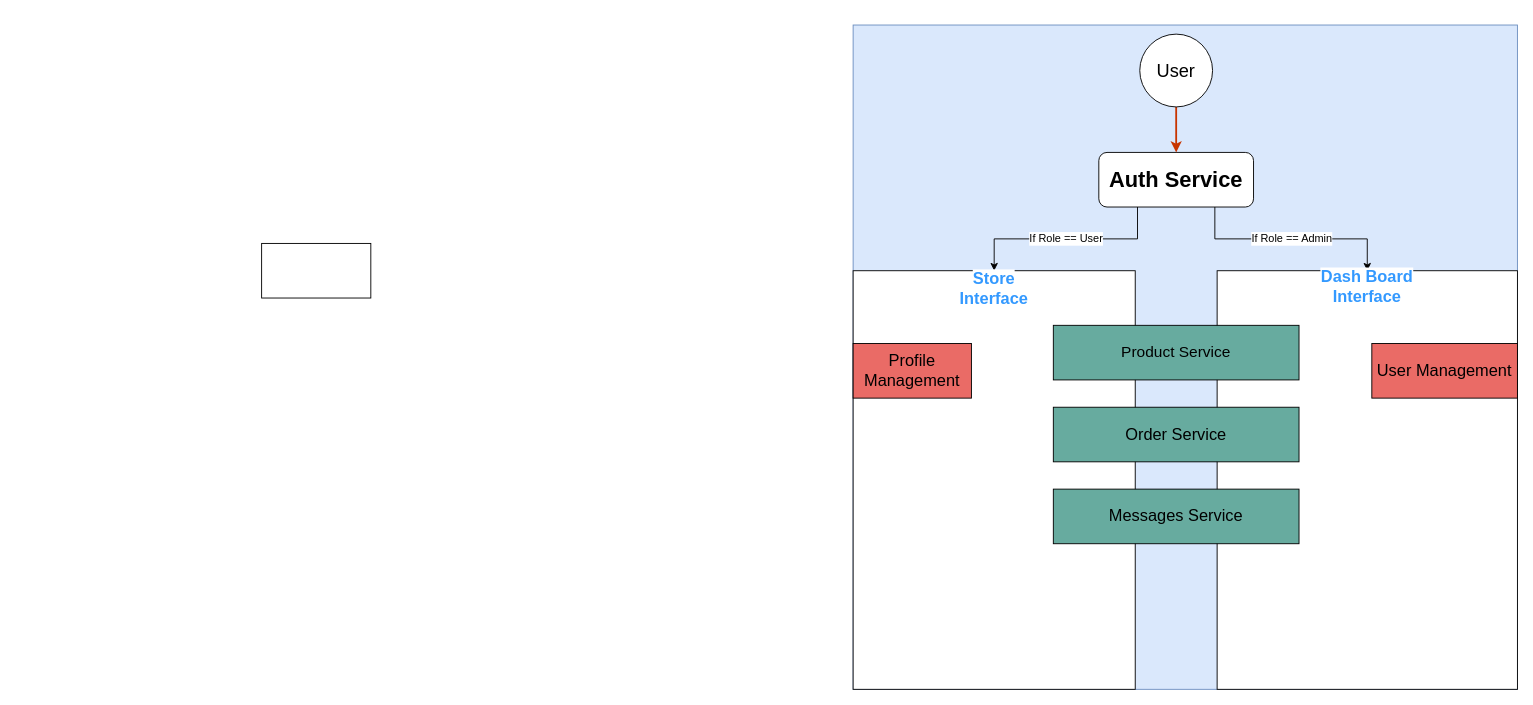
The draw.io diagram Untitled Diagram.drawio in Ozzy-ZY/Ctrl_P_backEnd, before the edit. Source tidied: cells renumbered, new cells numbered last; positions are measured from the earlier drawing's top-left corner, leaving out a move shared by most shapes. Both pictures are drawn from the tidied source at 91%, with x=0, y=0 at pixel (261, 25).
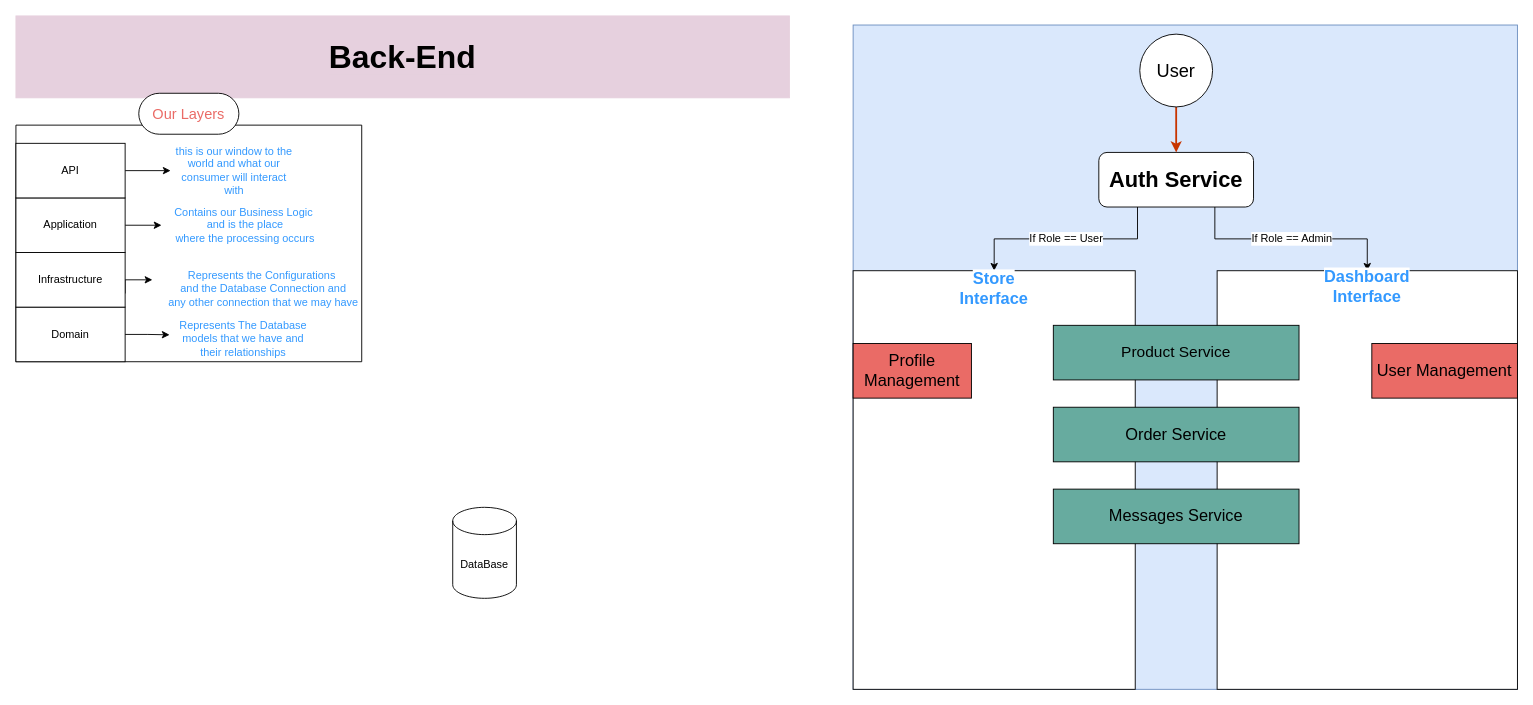
The same diagram, later.

Change to the diagram source:
```diff
@@
+    <mxCell id="18" style="swimlane;startSize=0;" parent="1" vertex="1">
+      <mxGeometry x="-270" y="110" width="380" height="260" as="geometry" />
+    </mxCell>
+    <mxCell id="19" value="&lt;span style=&quot;text-align: left;&quot;&gt;&lt;font color=&quot;#3399ff&quot;&gt;Represents The Database models that we have and their relationships&lt;/font&gt;&lt;/span&gt;" style="text;html=1;align=center;verticalAlign=middle;whiteSpace=wrap;rounded=0;" parent="18" vertex="1">
+      <mxGeometry x="170" y="210" width="160" height="50" as="geometry" />
+    </mxCell>
@@
-    <mxCell id="10" value="&lt;font color=&quot;#3399ff&quot; size=&quot;1&quot; style=&quot;&quot;&gt;&lt;b style=&quot;background-color: rgb(255, 255, 255); font-size: 18px;&quot;&gt;Dash Board Interface&lt;/b&gt;&lt;/font&gt;" style="text;html=1;align=center;verticalAlign=middle;whiteSpace=wrap;rounded=0;" parent="1" vertex="1">
+    <mxCell id="10" value="&lt;font color=&quot;#3399ff&quot; size=&quot;1&quot; style=&quot;&quot;&gt;&lt;b style=&quot;background-color: rgb(255, 255, 255); font-size: 18px;&quot;&gt;Dashboard Interface&lt;/b&gt;&lt;/font&gt;" style="text;html=1;align=center;verticalAlign=middle;whiteSpace=wrap;rounded=0;" parent="1" vertex="1">
       <mxGeometry x="1152.8" y="267.5" width="124.4" height="40" as="geometry" />
     </mxCell>
@@
-    <mxCell id="17" style="rounded=0;whiteSpace=wrap;html=1;" parent="1" vertex="1">
-      <mxGeometry y="240" width="120" height="60" as="geometry" />
-    </mxCell>
+    <mxCell id="20" value="&lt;h1&gt;&lt;font style=&quot;font-size: 35px; background-color: rgb(230, 208, 222);&quot;&gt;Back-End&lt;/font&gt;&lt;/h1&gt;" style="rounded=0;whiteSpace=wrap;html=1;strokeColor=#E6D0DE;fillColor=#E6D0DE;" parent="1" vertex="1">
+      <mxGeometry x="-270" y="-10" width="850" height="90" as="geometry" />
+    </mxCell>
+    <mxCell id="21" value="Domain" style="rounded=0;whiteSpace=wrap;html=1;" parent="1" vertex="1">
+      <mxGeometry x="-270" y="310" width="120" height="60" as="geometry" />
+    </mxCell>
+    <mxCell id="22" style="edgeStyle=orthogonalEdgeStyle;rounded=0;jettySize=auto;html=1;exitX=1;exitY=0.75;exitDx=0;exitDy=0;" parent="1" edge="1" source="23" target="28">
+      <mxGeometry relative="1" as="geometry">
+        <Array as="points">
+          <mxPoint x="-150" y="280" />
+        </Array>
+      </mxGeometry>
+    </mxCell>
+    <mxCell id="23" value="Infrastructure" style="rounded=0;whiteSpace=wrap;html=1;" parent="1" vertex="1">
+      <mxGeometry x="-270" y="250" width="120" height="60" as="geometry" />
+    </mxCell>
+    <mxCell id="24" style="edgeStyle=orthogonalEdgeStyle;rounded=0;jettySize=auto;html=1;exitX=1;exitY=0.5;exitDx=0;exitDy=0;" parent="1" edge="1" source="25" target="29">
+      <mxGeometry relative="1" as="geometry" />
+    </mxCell>
+    <mxCell id="25" value="Application" style="rounded=0;whiteSpace=wrap;html=1;" parent="1" vertex="1">
+      <mxGeometry x="-270" y="190" width="120" height="60" as="geometry" />
+    </mxCell>
+    <mxCell id="26" style="edgeStyle=orthogonalEdgeStyle;rounded=0;jettySize=auto;html=1;" parent="1" edge="1" source="27" target="30">
+      <mxGeometry relative="1" as="geometry" />
+    </mxCell>
+    <mxCell id="27" value="API" style="rounded=0;whiteSpace=wrap;html=1;" parent="1" vertex="1">
+      <mxGeometry x="-270" y="130" width="120" height="60" as="geometry" />
+    </mxCell>
+    <mxCell id="28" value="&lt;font color=&quot;#3399ff&quot;&gt;Represents the Configurations&lt;/font&gt;&lt;div&gt;&lt;font color=&quot;#3399ff&quot;&gt;&amp;nbsp;and the Database Connection&amp;nbsp;&lt;/font&gt;&lt;span style=&quot;color: rgb(51, 153, 255); background-color: initial;&quot;&gt;and&lt;/span&gt;&lt;/div&gt;&lt;div&gt;&lt;span style=&quot;color: rgb(51, 153, 255); background-color: initial;&quot;&gt;&amp;nbsp;any other connection that we may have&lt;/span&gt;&lt;/div&gt;" style="text;html=1;align=center;verticalAlign=middle;points=[];strokeColor=none;fillColor=none;" parent="1" vertex="1">
+      <mxGeometry x="-120" y="260" width="240" height="60" as="geometry" />
+    </mxCell>
+    <mxCell id="29" value="&lt;font color=&quot;#3399ff&quot;&gt;Contains our Business Logic&lt;/font&gt;&lt;div&gt;&lt;font color=&quot;#3399ff&quot;&gt;&amp;nbsp;and is the place&lt;/font&gt;&lt;/div&gt;&lt;div&gt;&lt;font color=&quot;#3399ff&quot;&gt;&amp;nbsp;where the processing occurs&lt;/font&gt;&lt;/div&gt;" style="text;html=1;align=center;verticalAlign=middle;points=[];strokeColor=none;fillColor=none;" parent="1" vertex="1">
+      <mxGeometry x="-110" y="190" width="180" height="60" as="geometry" />
+    </mxCell>
+    <mxCell id="30" value="&lt;font color=&quot;#3399ff&quot;&gt;this is our window to the world and what our consumer will interact with&lt;/font&gt;" style="text;html=1;align=center;verticalAlign=middle;whiteSpace=wrap;rounded=0;" parent="1" vertex="1">
+      <mxGeometry x="-100" y="135" width="140" height="50" as="geometry" />
+    </mxCell>
+    <mxCell id="31" value="&lt;font color=&quot;#ea6b66&quot; style=&quot;font-size: 16px;&quot;&gt;Our Layers&lt;/font&gt;" style="rounded=1;whiteSpace=wrap;html=1;arcSize=50;" parent="1" vertex="1">
+      <mxGeometry x="-135" y="75" width="110" height="45" as="geometry" />
+    </mxCell>
+    <mxCell id="32" style="edgeStyle=orthogonalEdgeStyle;rounded=0;jettySize=auto;html=1;exitX=1;exitY=0.5;exitDx=0;exitDy=0;entryX=-0.007;entryY=0.409;entryDx=0;entryDy=0;entryPerimeter=0;" parent="1" edge="1" source="21" target="19">
+      <mxGeometry relative="1" as="geometry" />
+    </mxCell>
+    <mxCell id="33" value="DataBase" style="shape=cylinder3;whiteSpace=wrap;html=1;boundedLbl=1;backgroundOutline=1;size=15;" parent="1" vertex="1">
+      <mxGeometry x="210" y="530" width="70" height="100" as="geometry" />
+    </mxCell>
```
